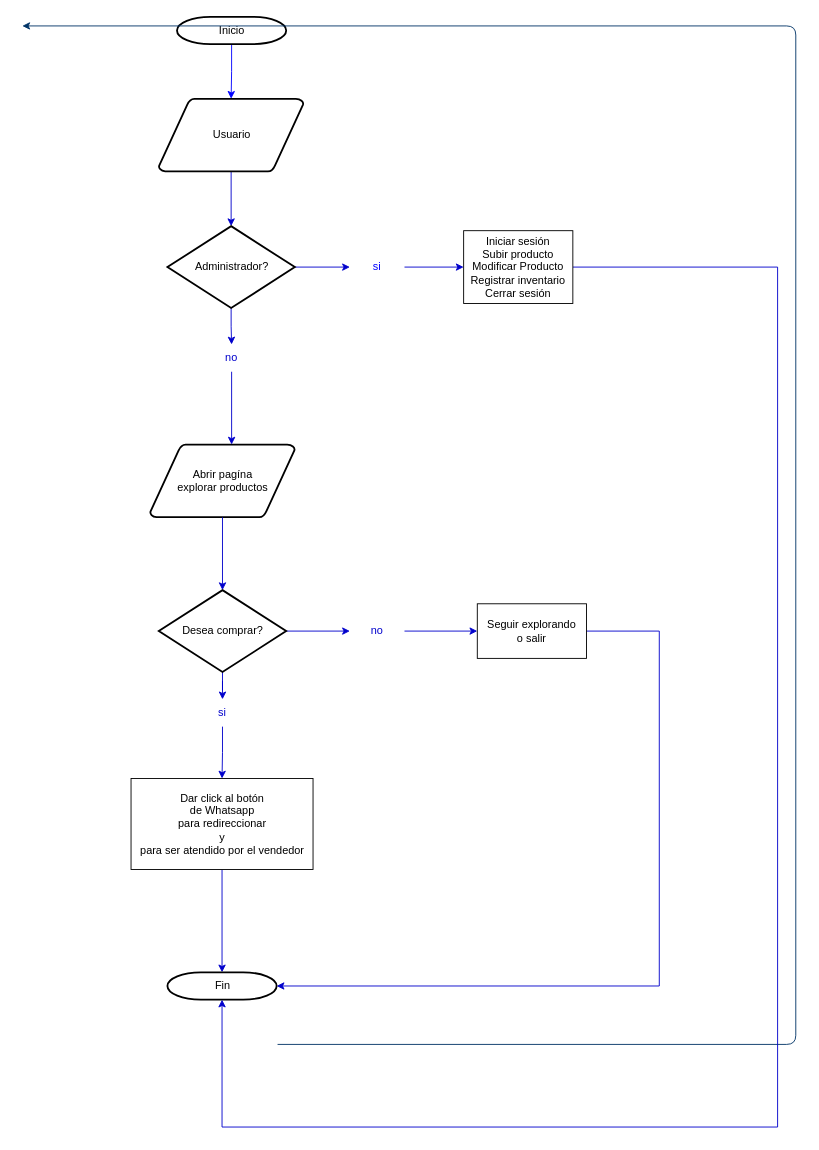
The draw.io diagram Andres/DiagramaFlujo/Billetes chespirito.drawio in AndresRojo12/chespirito, before the edit. Source tidied: cells renumbered, new cells numbered last; positions are measured from the earlier drawing's top-left corner, leaving out a move shared by most shapes. Both pictures are drawn from the tidied source at 91%, with x=0, y=0 at pixel (22, 16).
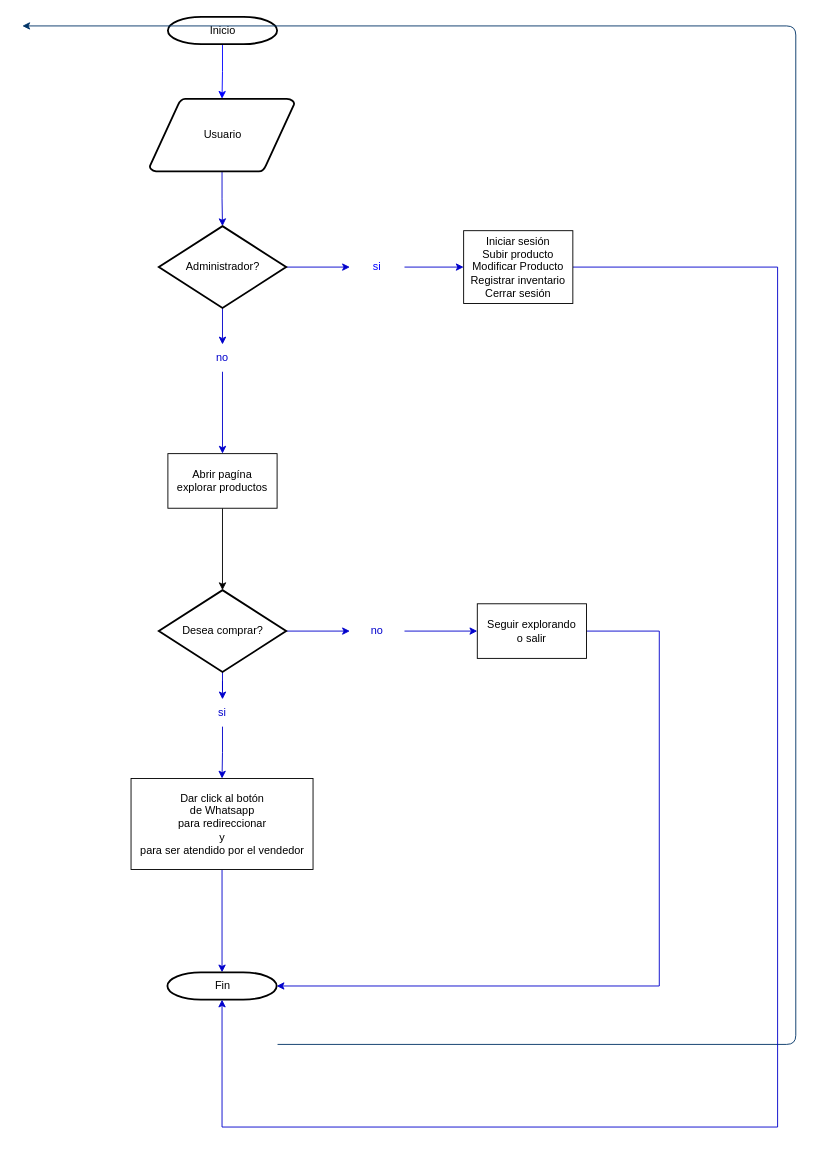
Above is the later version.

Commit message (it also covers changes not shown here):
se crea diagrama de flujo

The change refers to these unchanged cells:
```xml
<mxCell id="7" value="Desea comprar?" style="shape=mxgraph.flowchart.decision;strokeWidth=2;gradientColor=none;gradientDirection=north;fontStyle=0;html=1;" parent="1" vertex="1">
  <mxGeometry x="150" y="630" width="140" height="90" as="geometry" />
</mxCell>
```

What changed in the source:
```diff
@@
     <mxCell id="3" value="Inicio" style="shape=mxgraph.flowchart.terminator;strokeWidth=2;gradientColor=none;gradientDirection=north;fontStyle=0;html=1;" parent="1" vertex="1">
-      <mxGeometry x="170" width="120" height="30" as="geometry" />
+      <mxGeometry x="160" width="120" height="30" as="geometry" />
     </mxCell>
-    <mxCell id="4" value="Abrir pagína&lt;br&gt;explorar productos" style="shape=mxgraph.flowchart.data;strokeWidth=2;gradientColor=none;gradientDirection=north;fontStyle=0;html=1;" parent="1" vertex="1">
-      <mxGeometry x="140.5" y="470" width="159" height="80" as="geometry" />
-    </mxCell>
@@
-    <mxCell id="8" style="entryX=0.5;entryY=0;entryPerimeter=0;fontStyle=1;strokeColor=#0000CC;strokeWidth=1;html=1;exitX=0.5;exitY=1;exitDx=0;exitDy=0;exitPerimeter=0;" parent="1" edge="1" source="4" target="7">
-      <mxGeometry relative="1" as="geometry" />
-    </mxCell>
@@
     <mxCell id="20" value="Usuario" style="shape=mxgraph.flowchart.data;strokeWidth=2;gradientColor=none;gradientDirection=north;fontStyle=0;html=1;" parent="1" vertex="1">
-      <mxGeometry x="150" y="90" width="159" height="80" as="geometry" />
+      <mxGeometry x="140" y="90" width="159" height="80" as="geometry" />
     </mxCell>
@@
     <mxCell id="23" value="Administrador?" style="shape=mxgraph.flowchart.decision;strokeWidth=2;gradientColor=none;gradientDirection=north;fontStyle=0;html=1;" parent="1" vertex="1">
-      <mxGeometry x="159.5" y="230" width="140" height="90" as="geometry" />
+      <mxGeometry x="150" y="230" width="140" height="90" as="geometry" />
     </mxCell>
@@
-    <mxCell id="28" style="edgeStyle=orthogonalEdgeStyle;rounded=0;jettySize=auto;html=1;entryX=0.563;entryY=0;entryDx=0;entryDy=0;entryPerimeter=0;strokeColor=#0000CC;" parent="1" edge="1" source="29" target="4">
+    <mxCell id="28" style="edgeStyle=orthogonalEdgeStyle;rounded=0;jettySize=auto;html=1;entryX=0.5;entryY=0;entryDx=0;entryDy=0;strokeColor=#0000CC;" parent="1" edge="1" source="29" target="4">
       <mxGeometry relative="1" as="geometry" />
     </mxCell>
     <mxCell id="29" value="&lt;font color=&quot;#0000cc&quot;&gt;no&lt;/font&gt;" style="text;html=1;strokeColor=none;fillColor=none;align=center;verticalAlign=middle;whiteSpace=wrap;rounded=0;" parent="1" vertex="1">
-      <mxGeometry x="200" y="360" width="60" height="30" as="geometry" />
+      <mxGeometry x="190" y="360" width="60" height="30" as="geometry" />
     </mxCell>
+    <mxCell id="8" style="edgeStyle=orthogonalEdgeStyle;rounded=0;jettySize=auto;html=1;entryX=0.5;entryY=0;entryDx=0;entryDy=0;entryPerimeter=0;" parent="1" edge="1" source="4" target="7">
+      <mxGeometry relative="1" as="geometry" />
+    </mxCell>
+    <mxCell id="4" value="Abrir pagína&lt;br&gt;explorar productos" style="rounded=0;whiteSpace=wrap;html=1;" parent="1" vertex="1">
+      <mxGeometry x="160" y="480" width="120" height="60" as="geometry" />
+    </mxCell>
```
